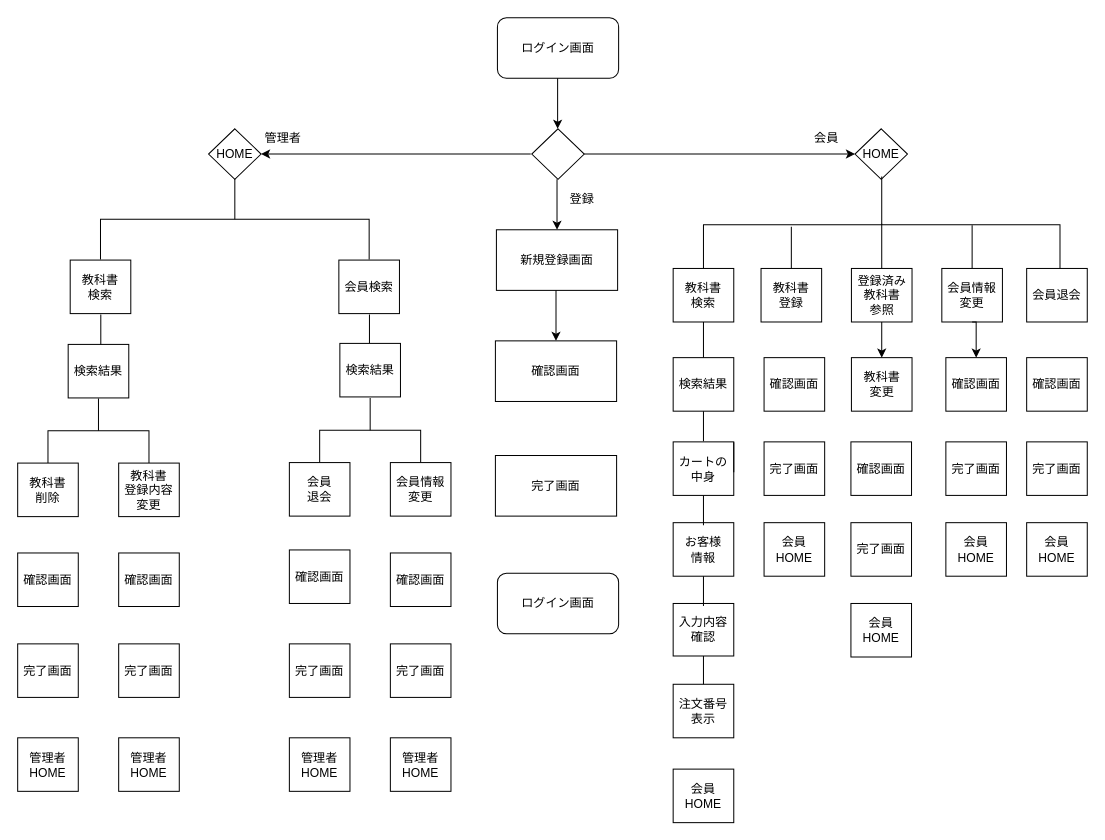
The draw.io diagram 画面遷移図.drawio in 2022java42-student022/document, before the edit. Source tidied: cells renumbered, new cells numbered last; positions are measured from the earlier drawing's top-left corner, leaving out a move shared by most shapes. Both pictures are drawn from the tidied source at 101%, with x=0, y=0 at pixel (17, 17).
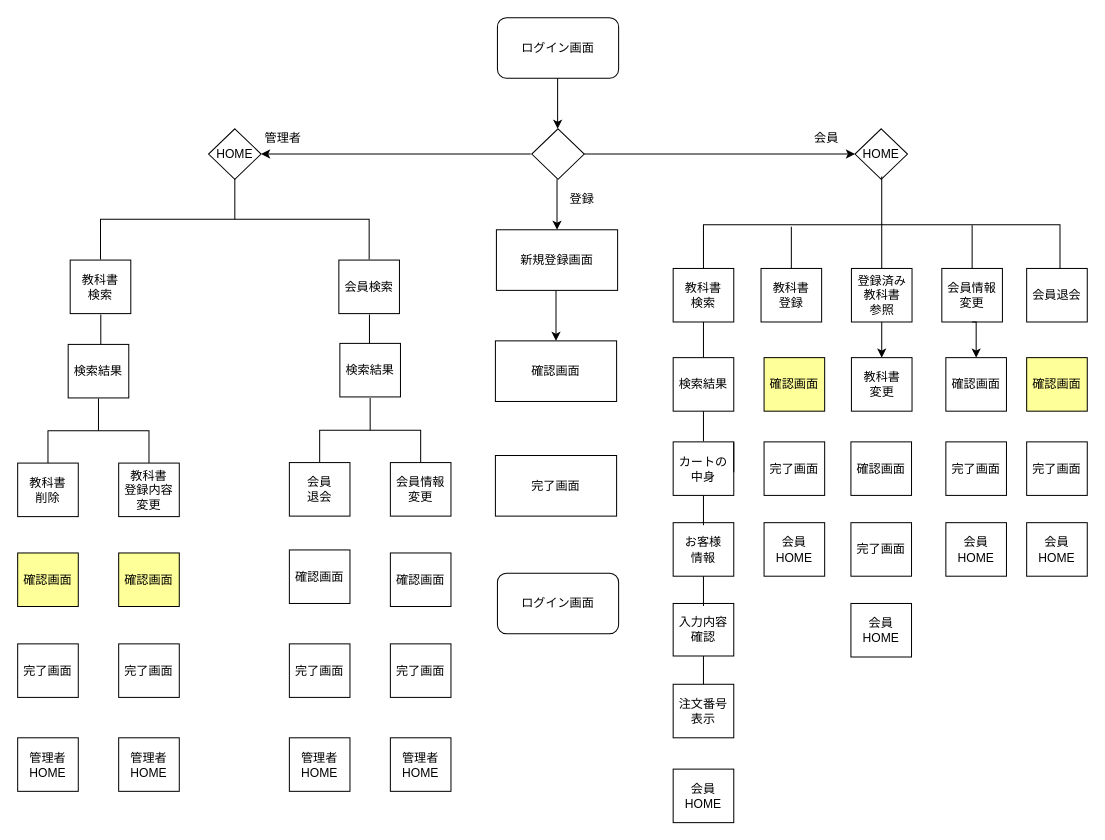
After the change.

Commit message:
画面遷移図変更

The change refers to these unchanged cells:
```xml
<mxCell id="13" style="group;" parent="1" vertex="1">
  <mxGeometry x="679" y="160" width="300" height="229.6" as="geometry" />
</mxCell>
```

Diff of the diagram source:
```diff
@@
-    <mxCell id="27" value="確認画面" style="rounded=0;whiteSpace=wrap;html=1;sketch=0;strokeWidth=1;" parent="13" vertex="1">
+    <mxCell id="27" value="確認画面" style="rounded=0;whiteSpace=wrap;html=1;sketch=0;strokeWidth=1;fillColor=#FFFF99;" parent="13" vertex="1">
       <mxGeometry x="60" y="176.6" width="60" height="53" as="geometry" />
     </mxCell>
@@
-    <mxCell id="64" value="確認画面" style="rounded=0;whiteSpace=wrap;html=1;sketch=0;strokeWidth=1;" parent="1" vertex="1">
+    <mxCell id="64" value="確認画面" style="rounded=0;whiteSpace=wrap;html=1;sketch=0;strokeWidth=1;fillColor=#FFFF99;" parent="1" vertex="1">
       <mxGeometry x="999" y="336.6" width="60" height="53" as="geometry" />
     </mxCell>
@@
-    <mxCell id="67" value="確認画面" style="rounded=0;whiteSpace=wrap;html=1;sketch=0;strokeWidth=1;" parent="1" vertex="1">
+    <mxCell id="67" value="確認画面" style="rounded=0;whiteSpace=wrap;html=1;sketch=0;strokeWidth=1;fillColor=#FFFF99;" parent="1" vertex="1">
       <mxGeometry x="100" y="530" width="60" height="53" as="geometry" />
     </mxCell>
-    <mxCell id="68" value="確認画面" style="rounded=0;whiteSpace=wrap;html=1;sketch=0;strokeWidth=1;" parent="1" vertex="1">
+    <mxCell id="68" value="確認画面" style="rounded=0;whiteSpace=wrap;html=1;sketch=0;strokeWidth=1;fillColor=#FFFF99;" parent="1" vertex="1">
       <mxGeometry y="530" width="60" height="53" as="geometry" />
     </mxCell>
```
